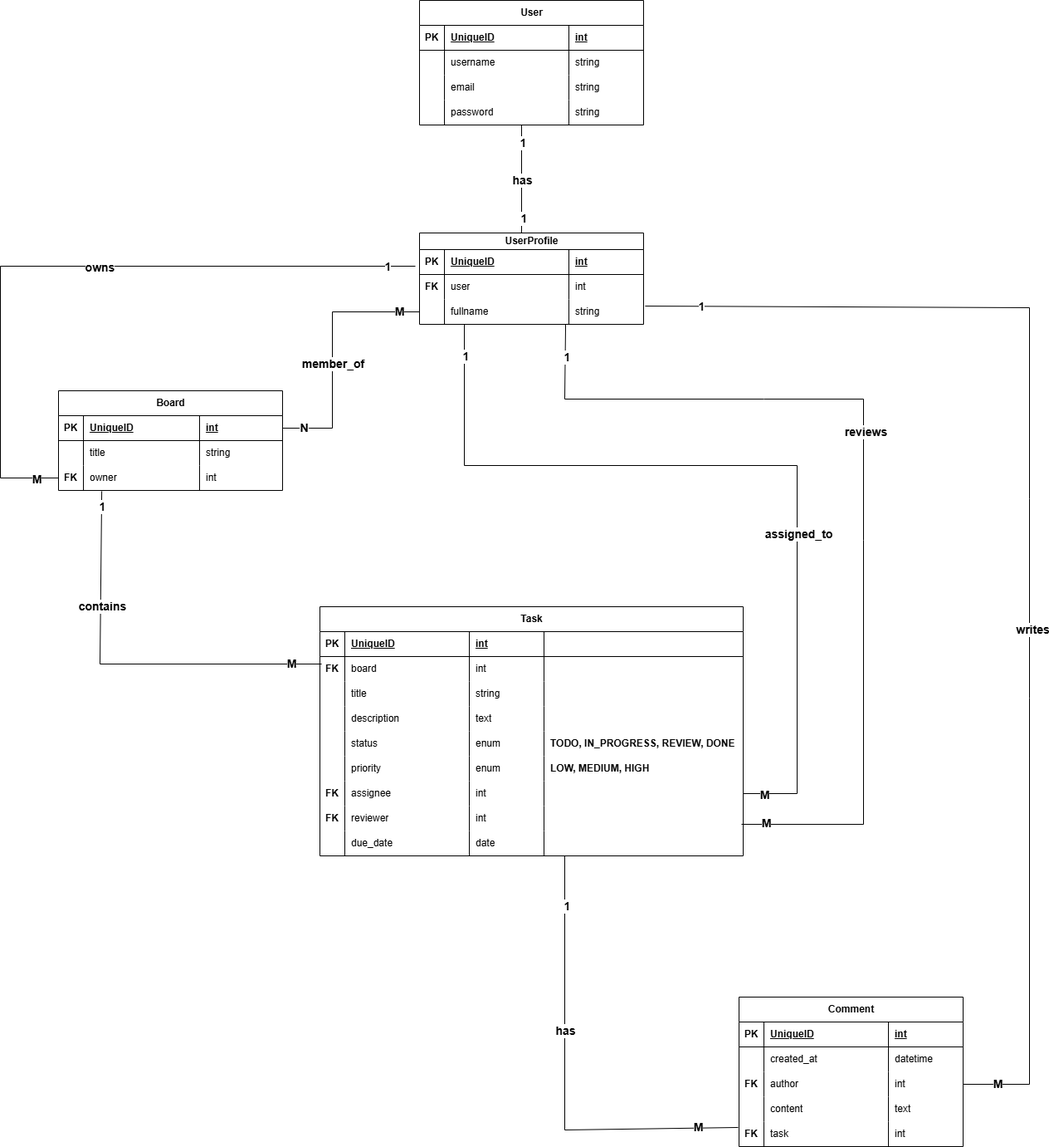
Olivierentwicklung/project.kanmind keeps this draw.io diagram as z_screenshots/erd.drawio.png. Above is the earlier version. Source tidied: cells renumbered, new cells last; positions are measured from the earlier drawing's top-left corner, leaving out a move shared by most shapes.
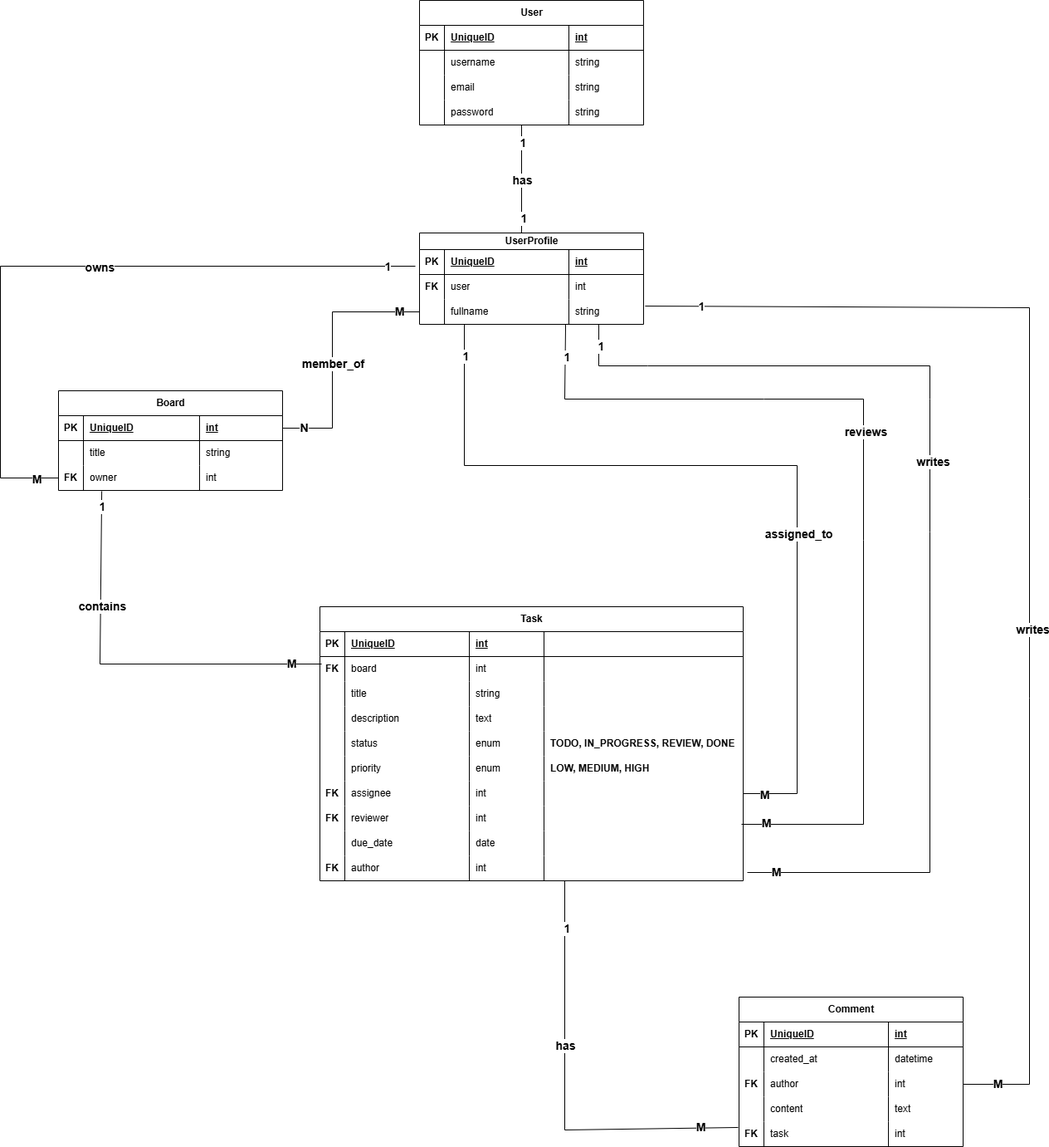
The same diagram one commit later.

Commit message:
feat: update ERD diagram to reflect recent changes in task management features

What changed in the source:
```diff
@@ -81,7 +81,7 @@
       <mxGeometry x="170" width="100" height="30" as="geometry" />
     </mxCell>
     <mxCell id="28" value="Task" style="shape=table;startSize=30;rowLines=0;fontStyle=1;align=center;html=1;" parent="1" vertex="1">
-      <mxGeometry x="385" y="730" width="510" height="300" as="geometry" />
+      <mxGeometry x="385" y="730" width="510" height="330" as="geometry" />
     </mxCell>
     <mxCell id="29" style="shape=tableRow;horizontal=0;startSize=0;swimlaneHead=0;swimlaneBody=0;fillColor=none;top=0;left=0;right=0;bottom=1;" parent="28" vertex="1">
       <mxGeometry y="30" width="510" height="30" as="geometry" />
@@ -218,6 +218,21 @@
     <mxCell id="73" style="shape=partialRectangle;fillColor=none;top=0;left=0;bottom=0;right=0;align=left;spacingLeft=6;overflow=hidden;whiteSpace=wrap;html=1;" parent="69" vertex="1">
       <mxGeometry x="270" width="240" height="30" as="geometry" />
     </mxCell>
+    <mxCell id="145" style="shape=tableRow;horizontal=0;startSize=0;swimlaneHead=0;swimlaneBody=0;fillColor=none;top=0;left=0;right=0;bottom=0;" parent="28" vertex="1">
+      <mxGeometry y="300" width="510" height="30" as="geometry" />
+    </mxCell>
+    <mxCell id="146" value="&lt;b&gt;FK&lt;/b&gt;" style="shape=partialRectangle;fillColor=none;top=0;left=0;bottom=0;right=0;overflow=hidden;whiteSpace=wrap;html=1;" parent="145" vertex="1">
+      <mxGeometry width="30" height="30" as="geometry" />
+    </mxCell>
+    <mxCell id="147" value="author" style="shape=partialRectangle;fillColor=none;top=0;left=0;bottom=0;right=0;align=left;spacingLeft=6;overflow=hidden;whiteSpace=wrap;html=1;" parent="145" vertex="1">
+      <mxGeometry x="30" width="150" height="30" as="geometry" />
+    </mxCell>
+    <mxCell id="148" value="int" style="shape=partialRectangle;fillColor=none;top=0;left=0;bottom=0;right=0;align=left;spacingLeft=6;overflow=hidden;whiteSpace=wrap;html=1;" parent="145" vertex="1">
+      <mxGeometry x="180" width="90" height="30" as="geometry" />
+    </mxCell>
+    <mxCell id="149" style="shape=partialRectangle;fillColor=none;top=0;left=0;bottom=0;right=0;align=left;spacingLeft=6;overflow=hidden;whiteSpace=wrap;html=1;" parent="145" vertex="1">
+      <mxGeometry x="270" width="240" height="30" as="geometry" />
+    </mxCell>
     <mxCell id="74" value="User" style="shape=table;startSize=30;rowLines=0;fontStyle=1;align=center;html=1;shadow=0;" parent="1" vertex="1">
       <mxGeometry x="505" width="270" height="150" as="geometry" />
     </mxCell>
@@ -458,7 +473,7 @@
     </mxCell>
     <mxCell id="140" style="endArrow=none;html=1;rounded=0;entryX=-0.004;entryY=0.233;entryDx=0;entryDy=0;entryPerimeter=0;" parent="1" edge="1" target="108">
       <mxGeometry relative="1" as="geometry">
-        <mxPoint x="680" y="1030" as="sourcePoint" />
+        <mxPoint x="680" y="1060" as="sourcePoint" />
         <Array as="points">
           <mxPoint x="680" y="1360" />
         </Array>
@@ -473,6 +488,31 @@
     <mxCell id="143" value="&lt;font style=&quot;font-size: 14px;&quot;&gt;&lt;b&gt;M&lt;/b&gt;&lt;/font&gt;" style="edgeLabel;html=1;align=center;verticalAlign=middle;" parent="140" vertex="1">
       <mxGeometry x="0.82" y="1" relative="1" as="geometry" />
     </mxCell>
+    <mxCell id="150" style="endArrow=none;html=1;rounded=0;exitX=0.652;exitY=1.033;exitDx=0;exitDy=0;exitPerimeter=0;" parent="1" edge="1">
+      <mxGeometry relative="1" as="geometry">
+        <mxPoint x="721" y="390" as="sourcePoint" />
+        <mxPoint x="900" y="1050" as="targetPoint" />
+        <Array as="points">
+          <mxPoint x="721" y="440" />
+          <mxPoint x="780" y="440" />
+          <mxPoint x="1120" y="440" />
+          <mxPoint x="1120" y="480" />
+          <mxPoint x="1120" y="640" />
+          <mxPoint x="1120" y="1050" />
+        </Array>
+      </mxGeometry>
+    </mxCell>
+    <mxCell id="151" value="&lt;b&gt;&lt;font style=&quot;font-size: 14px;&quot;&gt;writes&lt;/font&gt;&lt;/b&gt;" style="edgeLabel;html=1;align=center;verticalAlign=middle;" parent="150" vertex="1">
+      <mxGeometry x="-0.12" y="2" relative="1" as="geometry">
+        <mxPoint x="1" as="offset" />
+      </mxGeometry>
+    </mxCell>
+    <mxCell id="152" value="&lt;font style=&quot;font-size: 14px;&quot;&gt;&lt;b&gt;M&lt;/b&gt;&lt;/font&gt;" style="edgeLabel;html=1;align=center;verticalAlign=middle;" parent="150" vertex="1">
+      <mxGeometry x="0.95" y="-1" relative="1" as="geometry" />
+    </mxCell>
+    <mxCell id="153" value="&lt;b&gt;&lt;font style=&quot;font-size: 14px;&quot;&gt;1&lt;/font&gt;&lt;/b&gt;" style="edgeLabel;html=1;align=center;verticalAlign=middle;" parent="150" vertex="1">
+      <mxGeometry x="-0.96" y="2" relative="1" as="geometry" />
+    </mxCell>
     <mxCell id="144" value="Untitled Layer" parent="0" />
   </root>
 </mxGraphModel>
```
